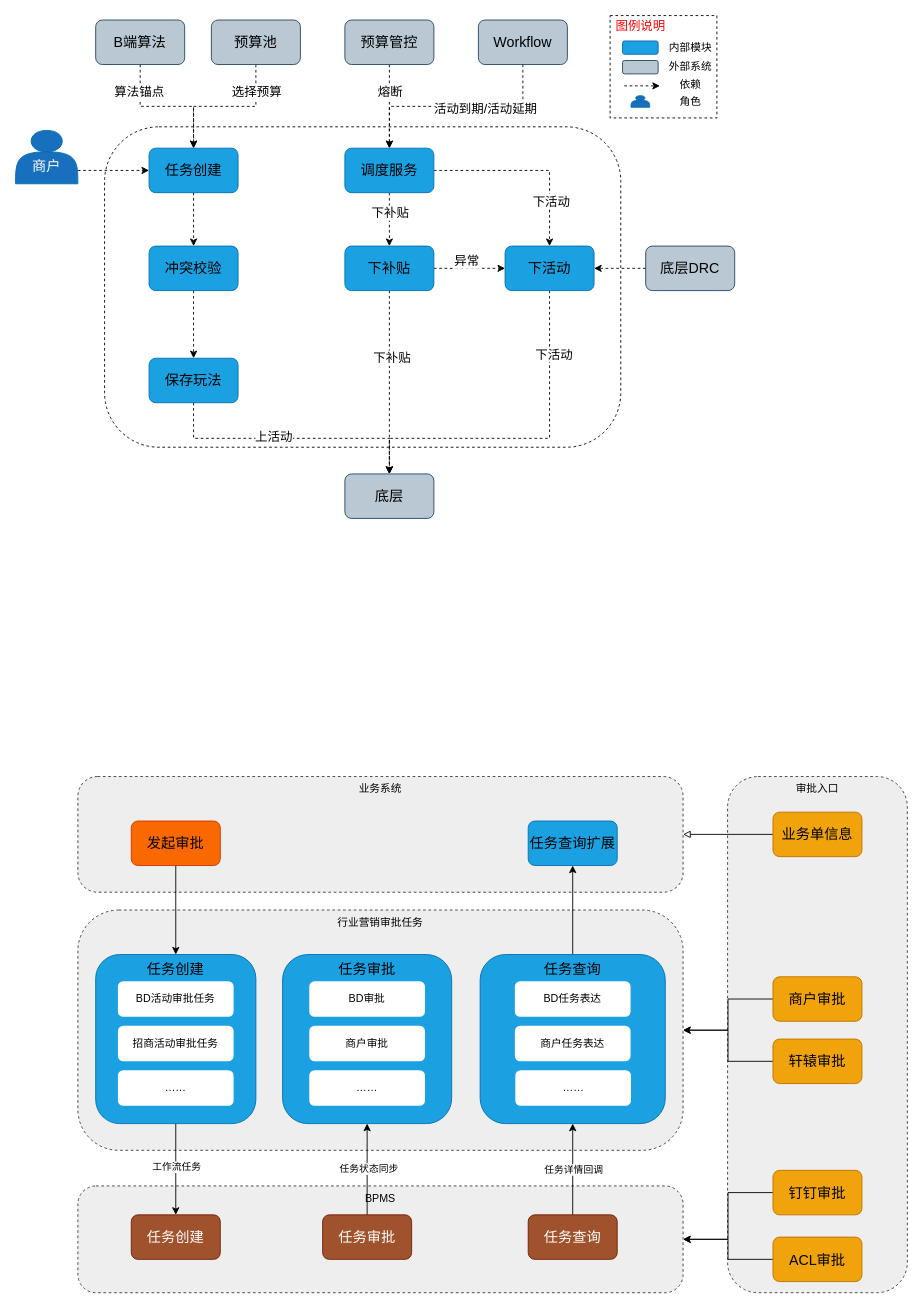
Before: page "审批流逻辑架构" (2 of 5) of 阶梯爆红包架构方案.drawio in jon-kong/draw.io, a draw.io diagram. Source tidied: cells renumbered, new cells numbered last; positions are measured from the earlier drawing's top-left corner, leaving out a move shared by most shapes. Both pictures are drawn from the tidied source at 89%, with x=0, y=0 at pixel (15, 15).
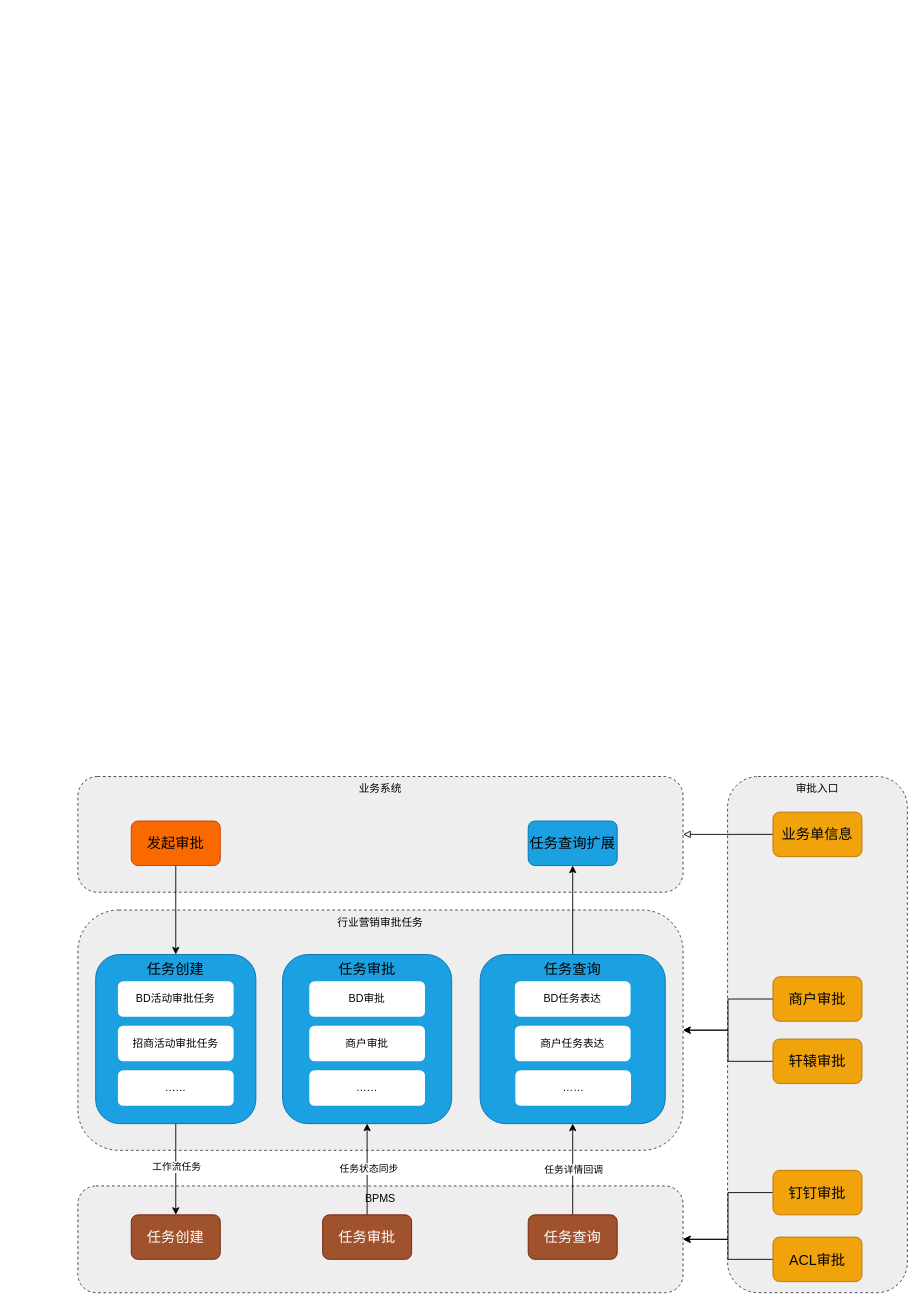
The same page after the edit.

Diff of the diagram source:
```diff
@@
-    <mxCell id="3" style="rounded=1;whiteSpace=wrap;html=1;dashed=1;arcSize=17;" parent="1" vertex="1">
-      <mxGeometry x="100" y="125" width="580" height="360" as="geometry" />
-    </mxCell>
-    <mxCell id="4" style="edgeStyle=orthogonalEdgeStyle;rounded=0;jettySize=auto;html=1;exitX=0.5;exitY=1;exitDx=0;exitDy=0;fontSize=16;fontColor=#000000;dashed=1;" parent="1" edge="1" source="5" target="7">
-      <mxGeometry relative="1" as="geometry" />
-    </mxCell>
-    <mxCell id="5" value="任务创建" style="rounded=1;whiteSpace=wrap;html=1;fillColor=#1ba1e2;strokeColor=#006EAF;fontColor=#000000;fontSize=16;" parent="1" vertex="1">
-      <mxGeometry x="150" y="149" width="100" height="50" as="geometry" />
-    </mxCell>
-    <mxCell id="6" style="edgeStyle=orthogonalEdgeStyle;rounded=0;jettySize=auto;html=1;exitX=0.5;exitY=1;exitDx=0;exitDy=0;dashed=1;fontSize=16;fontColor=#000000;" parent="1" edge="1" source="7" target="10">
-      <mxGeometry relative="1" as="geometry" />
-    </mxCell>
-    <mxCell id="7" value="冲突校验" style="rounded=1;whiteSpace=wrap;html=1;fillColor=#1ba1e2;strokeColor=#006EAF;fontColor=#000000;fontSize=16;" parent="1" vertex="1">
-      <mxGeometry x="150" y="259" width="100" height="50" as="geometry" />
-    </mxCell>
-    <mxCell id="8" style="edgeStyle=orthogonalEdgeStyle;rounded=0;jettySize=auto;html=1;exitX=0.5;exitY=1;exitDx=0;exitDy=0;entryX=0.5;entryY=0;entryDx=0;entryDy=0;dashed=1;fontSize=14;fontColor=#000000;" parent="1" edge="1" source="10" target="42">
-      <mxGeometry relative="1" as="geometry" />
-    </mxCell>
-    <mxCell id="9" value="上活动" style="edgeLabel;html=1;align=center;verticalAlign=middle;fontSize=14;fontColor=#000000;" parent="8" vertex="1">
-      <mxGeometry x="-0.14" y="2" relative="1" as="geometry" />
-    </mxCell>
-    <mxCell id="10" value="保存玩法" style="rounded=1;whiteSpace=wrap;html=1;fillColor=#1ba1e2;strokeColor=#006EAF;fontColor=#000000;fontSize=16;" parent="1" vertex="1">
-      <mxGeometry x="150" y="385" width="100" height="50" as="geometry" />
-    </mxCell>
-    <mxCell id="11" style="edgeStyle=orthogonalEdgeStyle;rounded=0;jettySize=auto;html=1;exitX=1;exitY=0.75;exitDx=0;exitDy=0;entryX=0;entryY=0.5;entryDx=0;entryDy=0;fontSize=14;fontColor=#000000;dashed=1;" parent="1" edge="1" source="12" target="5">
-      <mxGeometry relative="1" as="geometry" />
-    </mxCell>
-    <mxCell id="12" value="&lt;br&gt;商户" style="shape=actor;whiteSpace=wrap;html=1;fillColor=#176FBD;fontSize=16;fontColor=#ffffff;strokeColor=#006EAF;" parent="1" vertex="1">
-      <mxGeometry y="129" width="70" height="60" as="geometry" />
-    </mxCell>
-    <mxCell id="13" style="edgeStyle=orthogonalEdgeStyle;rounded=0;jettySize=auto;html=1;exitX=1;exitY=0.5;exitDx=0;exitDy=0;entryX=0;entryY=0.5;entryDx=0;entryDy=0;dashed=1;fontSize=14;fontColor=#000000;" parent="1" edge="1" source="17" target="48">
-      <mxGeometry relative="1" as="geometry" />
-    </mxCell>
-    <mxCell id="14" value="异常" style="edgeLabel;html=1;align=center;verticalAlign=middle;fontSize=14;fontColor=#000000;" parent="13" vertex="1">
-      <mxGeometry x="-0.09" y="-2" relative="1" as="geometry">
-        <mxPoint y="-11" as="offset" />
-      </mxGeometry>
-    </mxCell>
-    <mxCell id="15" style="edgeStyle=orthogonalEdgeStyle;rounded=0;jettySize=auto;html=1;exitX=0.5;exitY=1;exitDx=0;exitDy=0;dashed=1;fontSize=14;fontColor=#000000;" parent="1" edge="1" source="17" target="42">
-      <mxGeometry relative="1" as="geometry" />
-    </mxCell>
-    <mxCell id="16" value="下补贴" style="edgeLabel;html=1;align=center;verticalAlign=middle;fontSize=14;fontColor=#000000;" parent="15" vertex="1">
-      <mxGeometry x="-0.27" y="2" relative="1" as="geometry" />
-    </mxCell>
-    <mxCell id="17" value="下补贴" style="rounded=1;whiteSpace=wrap;html=1;fillColor=#1ba1e2;strokeColor=#006EAF;fontColor=#000000;fontSize=16;" parent="1" vertex="1">
-      <mxGeometry x="370" y="259" width="100" height="50" as="geometry" />
-    </mxCell>
-    <mxCell id="18" style="edgeStyle=orthogonalEdgeStyle;rounded=0;jettySize=auto;html=1;exitX=0.5;exitY=1;exitDx=0;exitDy=0;entryX=0.5;entryY=0;entryDx=0;entryDy=0;dashed=1;fontSize=14;fontColor=#000000;" parent="1" edge="1" source="20" target="5">
-      <mxGeometry relative="1" as="geometry" />
-    </mxCell>
-    <mxCell id="19" value="选择预算" style="text;html=1;align=center;verticalAlign=middle;labelBackgroundColor=#ffffff;fontSize=14;fontColor=#000000;" parent="18" vertex="1">
-      <mxGeometry x="-0.74" relative="1" as="geometry">
-        <mxPoint y="9" as="offset" />
-      </mxGeometry>
-    </mxCell>
-    <mxCell id="20" value="预算池" style="rounded=1;whiteSpace=wrap;html=1;fillColor=#bac8d3;strokeColor=#23445d;fontSize=16;" parent="1" vertex="1">
-      <mxGeometry x="220" y="5" width="100" height="50" as="geometry" />
-    </mxCell>
-    <mxCell id="21" style="edgeStyle=orthogonalEdgeStyle;rounded=0;jettySize=auto;html=1;exitX=0.5;exitY=1;exitDx=0;exitDy=0;entryX=0.5;entryY=0;entryDx=0;entryDy=0;dashed=1;fontSize=14;fontColor=#000000;" parent="1" edge="1" source="23" target="5">
-      <mxGeometry relative="1" as="geometry" />
-    </mxCell>
-    <mxCell id="22" value="算法锚点" style="text;html=1;align=center;verticalAlign=middle;labelBackgroundColor=#ffffff;fontSize=14;fontColor=#000000;" parent="21" vertex="1">
-      <mxGeometry x="-0.61" y="-2" relative="1" as="geometry" />
-    </mxCell>
-    <mxCell id="23" value="B端算法" style="rounded=1;whiteSpace=wrap;html=1;fillColor=#bac8d3;strokeColor=#23445d;fontSize=16;" parent="1" vertex="1">
-      <mxGeometry x="90" y="5" width="100" height="50" as="geometry" />
-    </mxCell>
-    <mxCell id="24" style="edgeStyle=orthogonalEdgeStyle;rounded=0;jettySize=auto;html=1;exitX=0.5;exitY=1;exitDx=0;exitDy=0;entryX=0.5;entryY=0;entryDx=0;entryDy=0;dashed=1;fontSize=14;fontColor=#000000;" parent="1" edge="1" source="28" target="17">
-      <mxGeometry relative="1" as="geometry" />
-    </mxCell>
-    <mxCell id="25" value="下补贴" style="edgeLabel;html=1;align=center;verticalAlign=middle;fontSize=14;fontColor=#000000;" parent="24" vertex="1">
-      <mxGeometry x="-0.27" relative="1" as="geometry" />
-    </mxCell>
-    <mxCell id="26" style="edgeStyle=orthogonalEdgeStyle;rounded=0;jettySize=auto;html=1;exitX=1;exitY=0.5;exitDx=0;exitDy=0;dashed=1;fontSize=14;fontColor=#000000;" parent="1" edge="1" source="28" target="48">
-      <mxGeometry relative="1" as="geometry" />
-    </mxCell>
-    <mxCell id="27" value="下活动" style="edgeLabel;html=1;align=center;verticalAlign=middle;fontSize=14;fontColor=#000000;" parent="26" vertex="1">
-      <mxGeometry x="0.53" y="1" relative="1" as="geometry" />
-    </mxCell>
-    <mxCell id="28" value="调度服务" style="rounded=1;whiteSpace=wrap;html=1;fillColor=#1ba1e2;strokeColor=#006EAF;fontColor=#000000;fontSize=16;" parent="1" vertex="1">
-      <mxGeometry x="370" y="149" width="100" height="50" as="geometry" />
-    </mxCell>
-    <mxCell id="29" style="edgeStyle=orthogonalEdgeStyle;rounded=0;jettySize=auto;html=1;exitX=0.5;exitY=1;exitDx=0;exitDy=0;dashed=1;fontSize=14;fontColor=#000000;" parent="1" edge="1" source="31" target="28">
-      <mxGeometry relative="1" as="geometry" />
-    </mxCell>
-    <mxCell id="30" value="熔断" style="text;html=1;align=center;verticalAlign=middle;labelBackgroundColor=#ffffff;fontSize=14;fontColor=#000000;" parent="29" vertex="1">
-      <mxGeometry x="-0.64" y="1" relative="1" as="geometry">
-        <mxPoint x="-1" y="13" as="offset" />
-      </mxGeometry>
-    </mxCell>
-    <mxCell id="31" value="预算管控" style="rounded=1;whiteSpace=wrap;html=1;fillColor=#bac8d3;strokeColor=#23445d;fontSize=16;" parent="1" vertex="1">
-      <mxGeometry x="370" y="5" width="100" height="50" as="geometry" />
-    </mxCell>
-    <mxCell id="32" style="rounded=0;whiteSpace=wrap;html=1;fillColor=none;fontSize=14;fontColor=#000000;dashed=1;" parent="1" vertex="1">
-      <mxGeometry x="668" width="120" height="115" as="geometry" />
-    </mxCell>
-    <mxCell id="33" value="图例说明" style="text;html=1;align=center;verticalAlign=middle;fontSize=14;fontColor=#FF0000;" parent="1" vertex="1">
-      <mxGeometry x="667" y="2" width="70" height="20" as="geometry" />
-    </mxCell>
-    <mxCell id="34" style="rounded=1;whiteSpace=wrap;html=1;fillColor=#1ba1e2;strokeColor=#006EAF;fontColor=#000000;fontSize=16;" parent="1" vertex="1">
-      <mxGeometry x="682" y="28.5" width="40" height="15" as="geometry" />
-    </mxCell>
-    <mxCell id="35" value="内部模块" style="text;html=1;align=center;verticalAlign=middle;fontSize=12;fontColor=#000000;" parent="1" vertex="1">
-      <mxGeometry x="728" y="26" width="60" height="20" as="geometry" />
-    </mxCell>
-    <mxCell id="36" style="rounded=1;whiteSpace=wrap;html=1;fillColor=#bac8d3;strokeColor=#23445d;fontSize=16;" parent="1" vertex="1">
-      <mxGeometry x="682" y="50.5" width="40" height="15" as="geometry" />
-    </mxCell>
-    <mxCell id="37" value="外部系统" style="text;html=1;align=center;verticalAlign=middle;fontSize=12;fontColor=#000000;" parent="1" vertex="1">
-      <mxGeometry x="728" y="48" width="60" height="20" as="geometry" />
-    </mxCell>
-    <mxCell id="38" style="endArrow=classic;html=1;dashed=1;fontSize=12;fontColor=#000000;" parent="1" edge="1">
-      <mxGeometry relative="1" as="geometry">
-        <mxPoint x="684" y="79" as="sourcePoint" />
-        <mxPoint x="724" y="79" as="targetPoint" />
-      </mxGeometry>
-    </mxCell>
-    <mxCell id="39" value="依赖" style="text;html=1;align=center;verticalAlign=middle;fontSize=12;fontColor=#000000;" parent="1" vertex="1">
-      <mxGeometry x="738" y="68" width="40" height="20" as="geometry" />
-    </mxCell>
-    <mxCell id="40" style="shape=actor;whiteSpace=wrap;html=1;fillColor=#176FBD;fontSize=16;fontColor=#ffffff;strokeColor=#006EAF;" parent="1" vertex="1">
-      <mxGeometry x="691.5" y="90" width="21" height="13" as="geometry" />
-    </mxCell>
-    <mxCell id="41" value="角色" style="text;html=1;align=center;verticalAlign=middle;fontSize=12;fontColor=#000000;" parent="1" vertex="1">
-      <mxGeometry x="738" y="86.5" width="40" height="20" as="geometry" />
-    </mxCell>
-    <mxCell id="42" value="底层" style="rounded=1;whiteSpace=wrap;html=1;fillColor=#bac8d3;strokeColor=#23445d;fontSize=16;" parent="1" vertex="1">
-      <mxGeometry x="370" y="515" width="100" height="50" as="geometry" />
-    </mxCell>
-    <mxCell id="43" style="edgeStyle=orthogonalEdgeStyle;rounded=0;jettySize=auto;html=1;exitX=0.5;exitY=1;exitDx=0;exitDy=0;entryX=0.5;entryY=0;entryDx=0;entryDy=0;dashed=1;fontSize=14;fontColor=#000000;" parent="1" edge="1" source="45" target="28">
-      <mxGeometry relative="1" as="geometry" />
-    </mxCell>
-    <mxCell id="44" value="活动到期/活动延期" style="edgeLabel;html=1;align=center;verticalAlign=middle;fontSize=14;fontColor=#000000;" parent="43" vertex="1">
-      <mxGeometry x="-0.26" y="2" relative="1" as="geometry" />
-    </mxCell>
-    <mxCell id="45" value="Workflow" style="rounded=1;whiteSpace=wrap;html=1;fillColor=#bac8d3;strokeColor=#23445d;fontSize=16;" parent="1" vertex="1">
-      <mxGeometry x="520" y="5" width="100" height="50" as="geometry" />
-    </mxCell>
-    <mxCell id="46" style="edgeStyle=orthogonalEdgeStyle;rounded=0;jettySize=auto;html=1;exitX=0.5;exitY=1;exitDx=0;exitDy=0;entryX=0.5;entryY=0;entryDx=0;entryDy=0;dashed=1;fontSize=14;fontColor=#000000;" parent="1" edge="1" source="48" target="42">
-      <mxGeometry relative="1" as="geometry">
-        <Array as="points">
-          <mxPoint x="600" y="475" />
-          <mxPoint x="420" y="475" />
-        </Array>
-      </mxGeometry>
-    </mxCell>
-    <mxCell id="47" value="下活动" style="edgeLabel;html=1;align=center;verticalAlign=middle;fontSize=14;fontColor=#000000;" parent="46" vertex="1">
-      <mxGeometry x="-0.63" y="4" relative="1" as="geometry" />
-    </mxCell>
-    <mxCell id="48" value="下活动" style="rounded=1;whiteSpace=wrap;html=1;fillColor=#1ba1e2;strokeColor=#006EAF;fontColor=#000000;fontSize=16;" parent="1" vertex="1">
-      <mxGeometry x="550" y="259" width="100" height="50" as="geometry" />
-    </mxCell>
-    <mxCell id="49" style="edgeStyle=orthogonalEdgeStyle;rounded=0;jettySize=auto;html=1;exitX=0;exitY=0.5;exitDx=0;exitDy=0;entryX=1;entryY=0.5;entryDx=0;entryDy=0;dashed=1;fontSize=14;fontColor=#000000;" parent="1" edge="1" source="50" target="48">
-      <mxGeometry relative="1" as="geometry" />
-    </mxCell>
-    <mxCell id="50" value="底层DRC" style="rounded=1;whiteSpace=wrap;html=1;fillColor=#bac8d3;strokeColor=#23445d;fontSize=16;" parent="1" vertex="1">
-      <mxGeometry x="708" y="259" width="100" height="50" as="geometry" />
-    </mxCell>
```
